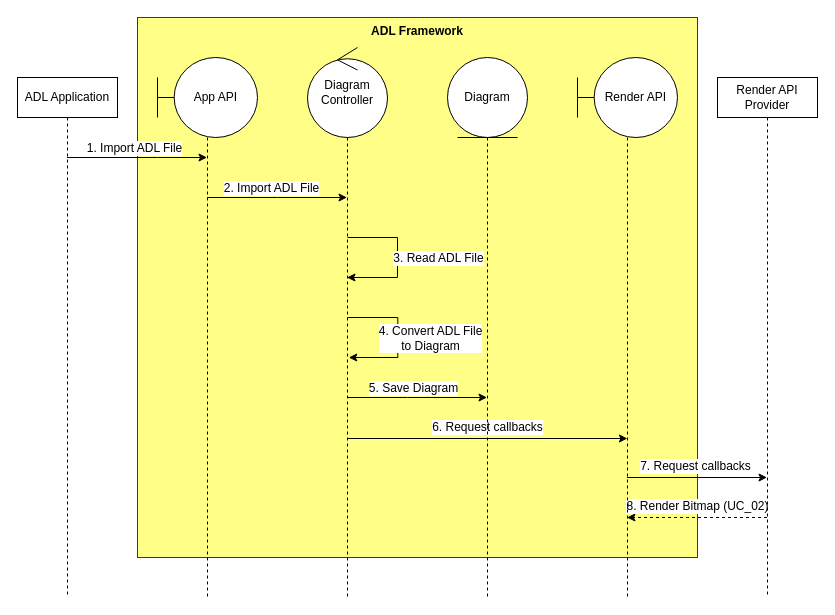
The draw.io diagram ImportADLfile.drawio in phunm211/SW-Associate-Architecture, before the edit. Source tidied: cells renumbered, new cells numbered last; positions are measured from the earlier drawing's top-left corner, leaving out a move shared by most shapes. Both pictures are drawn from the tidied source at 100%, with x=0, y=0 at pixel (17, 17).
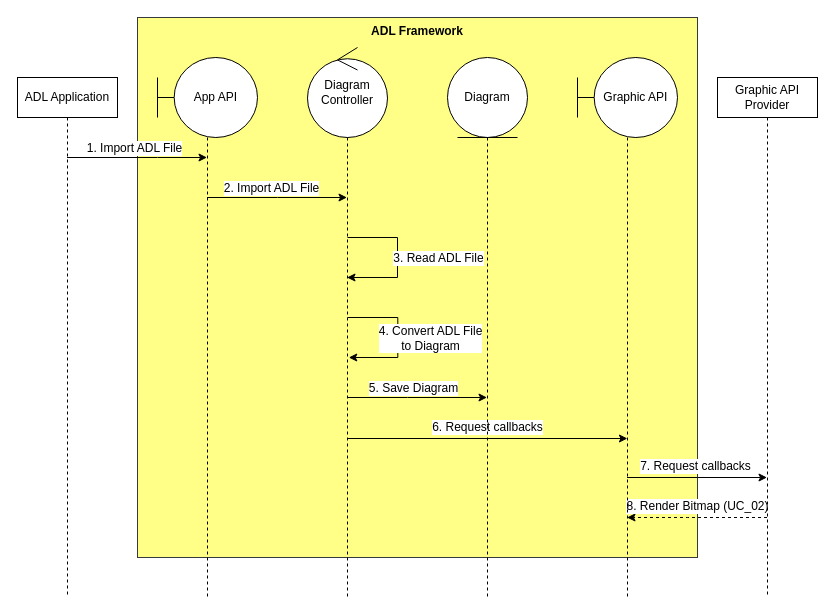
The same diagram, later.

Diff of the diagram source:
```diff
@@
-    <mxCell id="16" value="Render API Provider" style="shape=umlLifeline;perimeter=lifelinePerimeter;whiteSpace=wrap;html=1;outlineConnect=0;portConstraint=eastwest;newEdgeStyle={&quot;curved&quot;:0,&quot;rounded&quot;:0};" parent="1" vertex="1">
+    <mxCell id="16" value="Graphic API Provider" style="shape=umlLifeline;perimeter=lifelinePerimeter;whiteSpace=wrap;html=1;outlineConnect=0;portConstraint=eastwest;newEdgeStyle={&quot;curved&quot;:0,&quot;rounded&quot;:0};" parent="1" vertex="1">
       <mxGeometry x="700" y="60" width="100" height="520" as="geometry" />
     </mxCell>
@@
-    <mxCell id="19" value="&amp;nbsp; &amp;nbsp; &amp;nbsp;Render API" style="shape=umlLifeline;perimeter=lifelinePerimeter;whiteSpace=wrap;html=1;outlineConnect=0;portConstraint=eastwest;newEdgeStyle={&quot;curved&quot;:0,&quot;rounded&quot;:0};participant=umlBoundary;size=80;" parent="1" vertex="1">
+    <mxCell id="19" value="&amp;nbsp; &amp;nbsp; &amp;nbsp;Graphic API" style="shape=umlLifeline;perimeter=lifelinePerimeter;whiteSpace=wrap;html=1;outlineConnect=0;portConstraint=eastwest;newEdgeStyle={&quot;curved&quot;:0,&quot;rounded&quot;:0};participant=umlBoundary;size=80;" parent="1" vertex="1">
       <mxGeometry x="560" y="40" width="100" height="540" as="geometry" />
     </mxCell>
```
